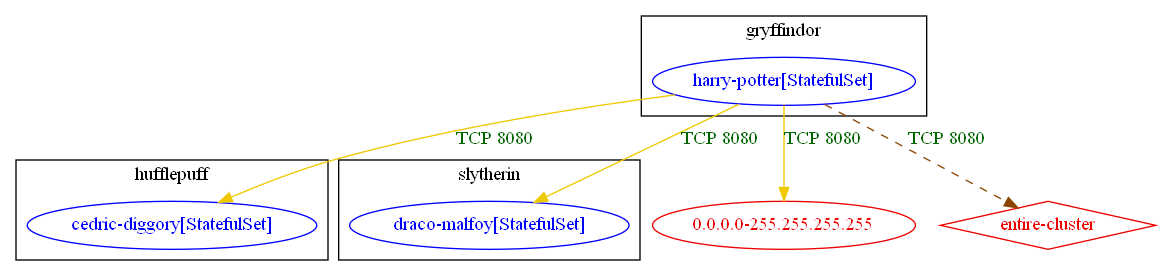
Above: test_outputs/connlist/anp_demo_focus_workload_harry-potter_egress_tcp-8080_exposure_output.dot.png in np-guard/netpol-analyzer (Graphviz), before the change. Its source is kept beside it as test_outputs/connlist/anp_demo_focus_workload_harry-potter_egress_tcp-8080_exposure_output.dot.
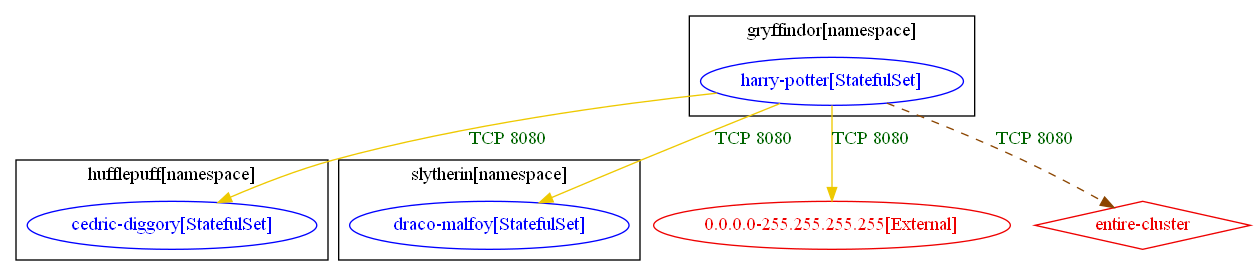
After the commit.

Change to the diagram source:
```diff
@@ -1,25 +1,25 @@
 digraph {
-	subgraph "cluster_gryffindor" {
+	subgraph "cluster_gryffindor[namespace]" {
 		color="black"
 		fontcolor="black"
 		"gryffindor/harry-potter[StatefulSet]" [label="harry-potter[StatefulSet]" color="blue" fontcolor="blue"]
-		label="gryffindor"
+		label="gryffindor[namespace]"
 	}
-	subgraph "cluster_hufflepuff" {
+	subgraph "cluster_hufflepuff[namespace]" {
 		color="black"
 		fontcolor="black"
 		"hufflepuff/cedric-diggory[StatefulSet]" [label="cedric-diggory[StatefulSet]" color="blue" fontcolor="blue"]
-		label="hufflepuff"
+		label="hufflepuff[namespace]"
 	}
-	subgraph "cluster_slytherin" {
+	subgraph "cluster_slytherin[namespace]" {
 		color="black"
 		fontcolor="black"
 		"slytherin/draco-malfoy[StatefulSet]" [label="draco-malfoy[StatefulSet]" color="blue" fontcolor="blue"]
-		label="slytherin"
+		label="slytherin[namespace]"
 	}
-	"0.0.0.0-255.255.255.255" [label="0.0.0.0-255.255.255.255" color="red2" fontcolor="red2"]
+	"0.0.0.0-255.255.255.255[External]" [label="0.0.0.0-255.255.255.255[External]" color="red2" fontcolor="red2"]
 	"entire-cluster" [label="entire-cluster" color="red2" fontcolor="red2" shape=diamond]
-	"gryffindor/harry-potter[StatefulSet]" -> "0.0.0.0-255.255.255.255" [label="TCP 8080" color="gold2" fontcolor="darkgreen" weight=1]
+	"gryffindor/harry-potter[StatefulSet]" -> "0.0.0.0-255.255.255.255[External]" [label="TCP 8080" color="gold2" fontcolor="darkgreen" weight=1]
 	"gryffindor/harry-potter[StatefulSet]" -> "entire-cluster" [label="TCP 8080" color="darkorange4" fontcolor="darkgreen" weight=0.5 style=dashed]
 	"gryffindor/harry-potter[StatefulSet]" -> "hufflepuff/cedric-diggory[StatefulSet]" [label="TCP 8080" color="gold2" fontcolor="darkgreen" weight=0.5]
 	"gryffindor/harry-potter[StatefulSet]" -> "slytherin/draco-malfoy[StatefulSet]" [label="TCP 8080" color="gold2" fontcolor="darkgreen" weight=0.5]
```
